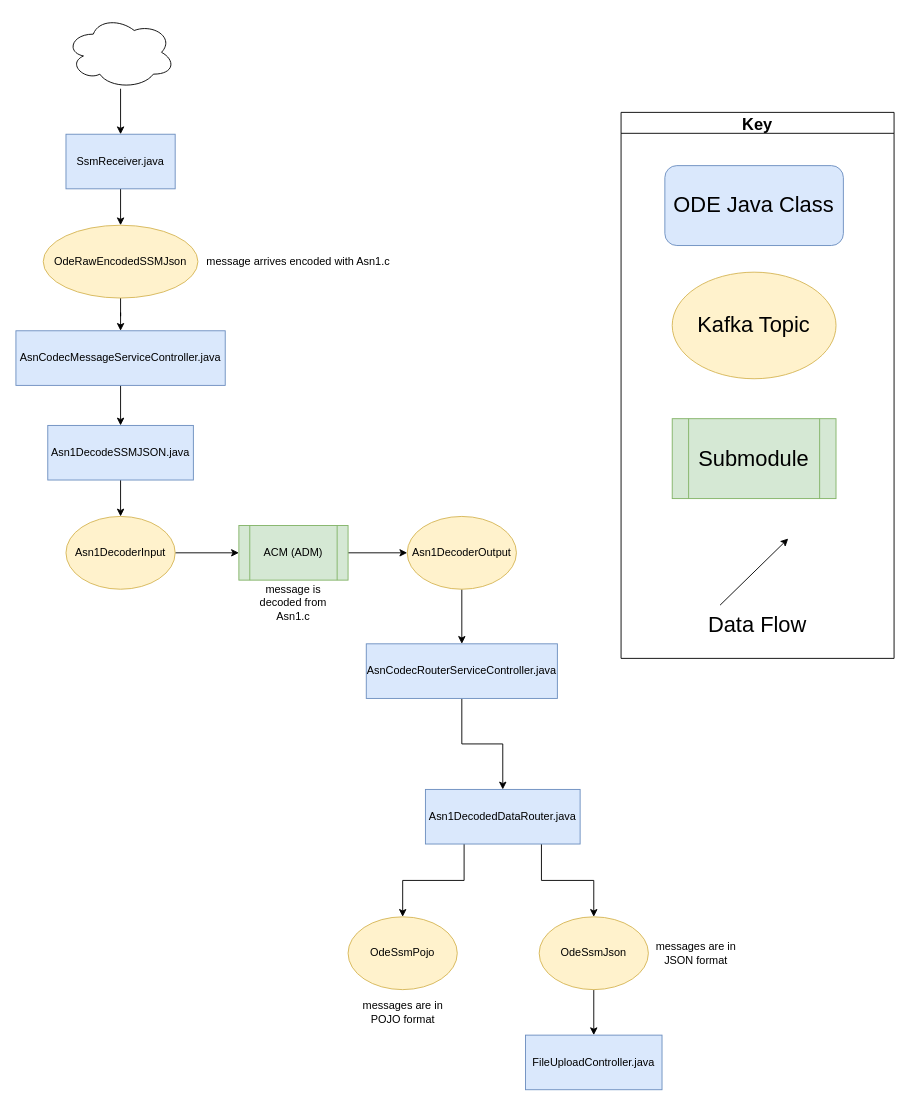
Above: docs/data-flow-diagrams/ssm/SSM Data Flow.drawio in usdot-jpo-ode/jpo-ode (draw.io), before the change. Source tidied: cells renumbered, new cells numbered last; positions are measured from the earlier drawing's top-left corner, leaving out a move shared by most shapes. Both pictures are drawn from the tidied source at 91%, with x=0, y=0 at pixel (15, 15).
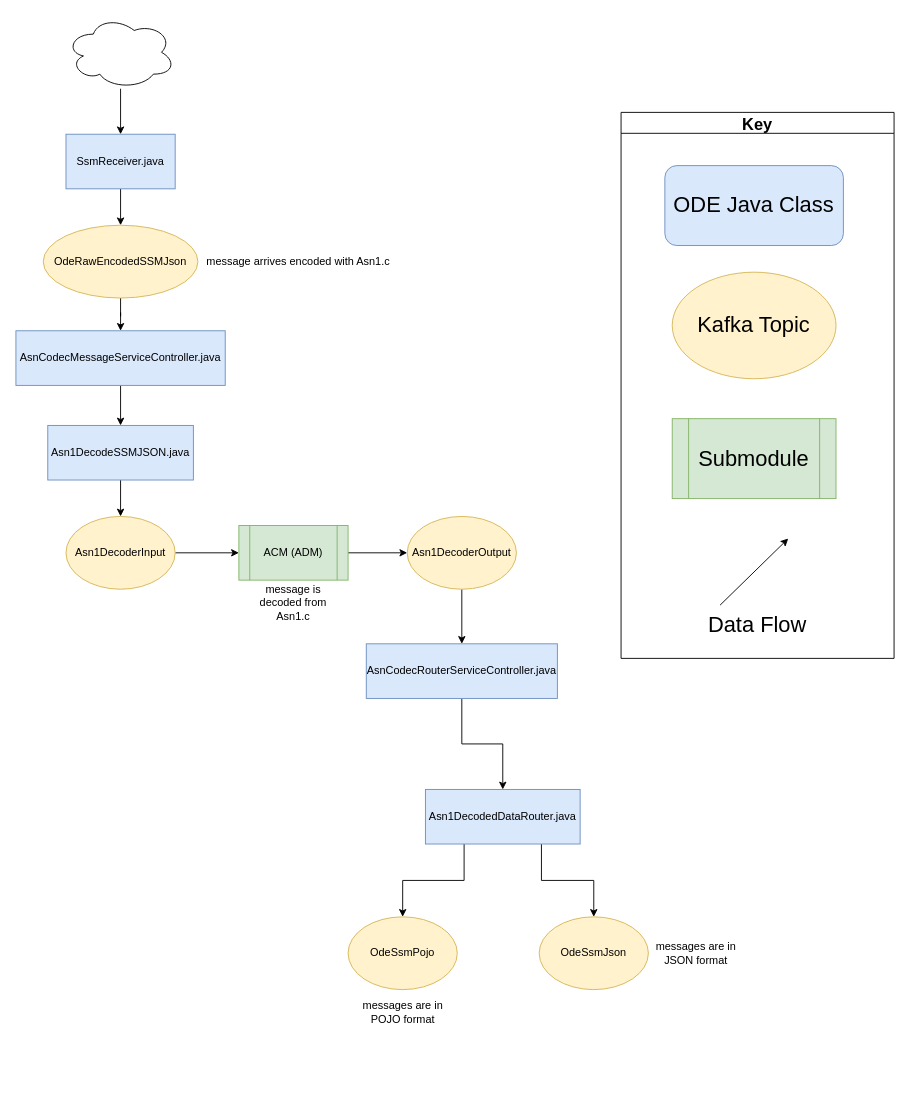
Above is the later version.

Unchanged cells that the change refers to:
```xml
<mxCell id="32" value="OdeSsmJson" style="ellipse;whiteSpace=wrap;html=1;fillColor=#fff2cc;strokeColor=#d6b656;" parent="1" vertex="1">
  <mxGeometry x="575" y="990" width="120" height="80" as="geometry" />
</mxCell>
```

What changed in the source:
```diff
@@
-    <mxCell id="29" value="FileUploadController.java" style="whiteSpace=wrap;html=1;fillColor=#dae8fc;strokeColor=#6c8ebf;" parent="1" vertex="1">
-      <mxGeometry x="560" y="1120" width="150" height="60" as="geometry" />
-    </mxCell>
@@
-    <mxCell id="31" style="edgeStyle=orthogonalEdgeStyle;rounded=0;jettySize=auto;html=1;" parent="1" edge="1" source="32" target="29">
-      <mxGeometry relative="1" as="geometry" />
-    </mxCell>
```
